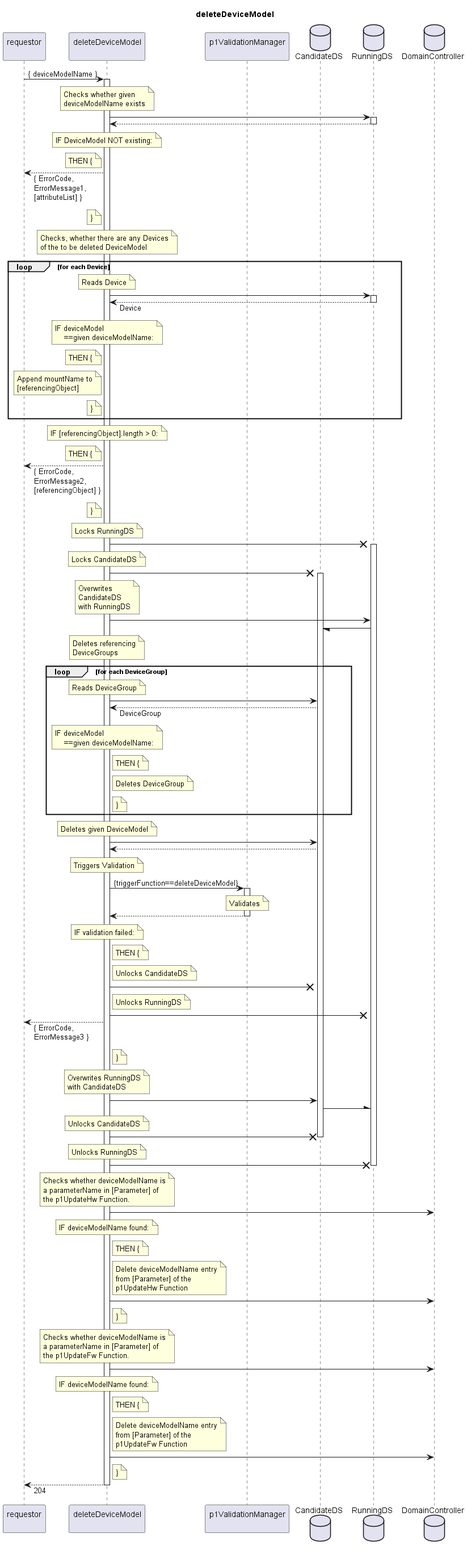
This is spec/Services/deleteDeviceModel/1.0.0/deleteDeviceModel.png from openBackhaul/FirmWareManager, a PlantUML export, as it was before one commit.
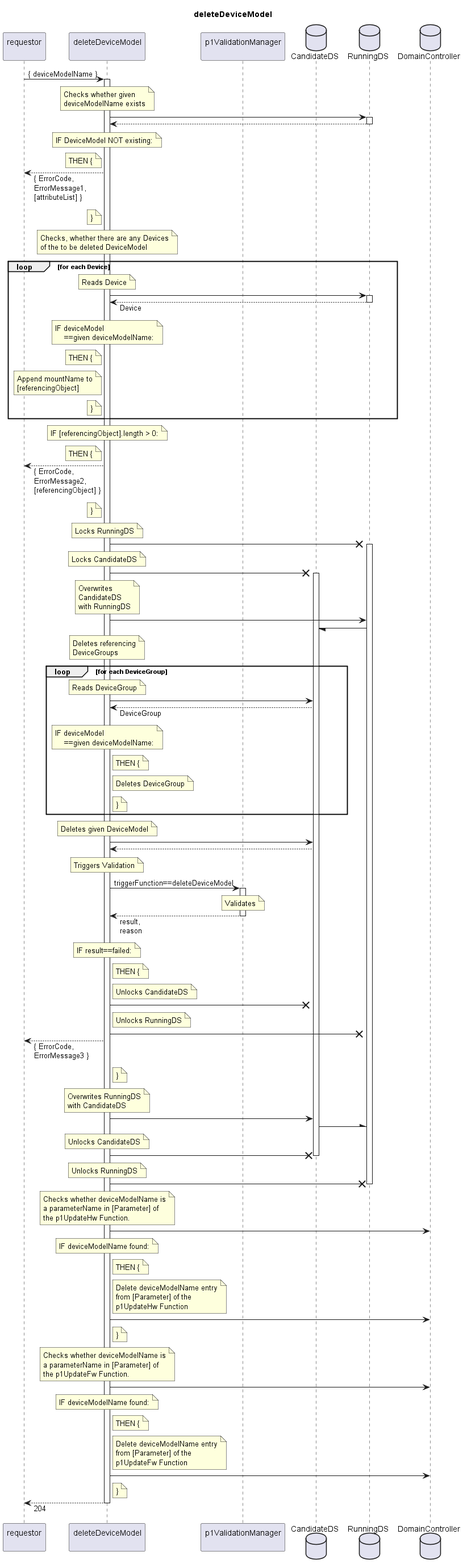
Later version of the same file.

Diff of the diagram source:
```diff
@@ -125,15 +125,15 @@
   note over indServ
     Triggers Validation
   end note
-  indServ -> valiMan: {triggerFunction==deleteDeviceModel}
+  indServ -> valiMan: triggerFunction==deleteDeviceModel
   activate valiMan
     note over valiMan
       Validates
     end note
-  indServ <-- valiMan
+  indServ <-- valiMan: result,\nreason
   deactivate valiMan
   note over indServ
-    IF validation failed:
+    IF result==failed:
   end note
   note right indServ
     THEN {
```
